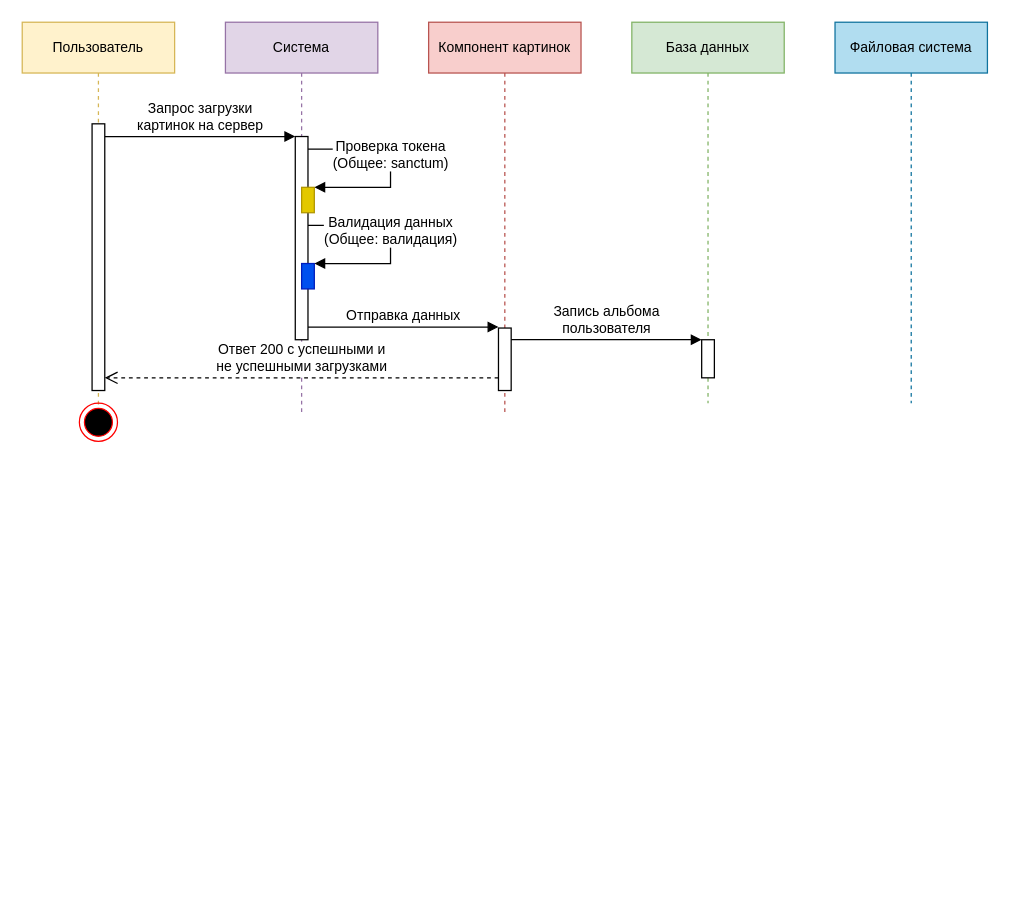
savayaqu/course-project-4 keeps this draw.io diagram as page "Pic: загрузка" (7 of 7) of docs/Последовательности.drawio. Above is the earlier version. Source tidied: cells renumbered, new cells numbered last; positions are measured from the earlier drawing's top-left corner, leaving out a move shared by most shapes. Both pictures are drawn from the tidied source at 127%, with x=0, y=0 at pixel (22, 22).
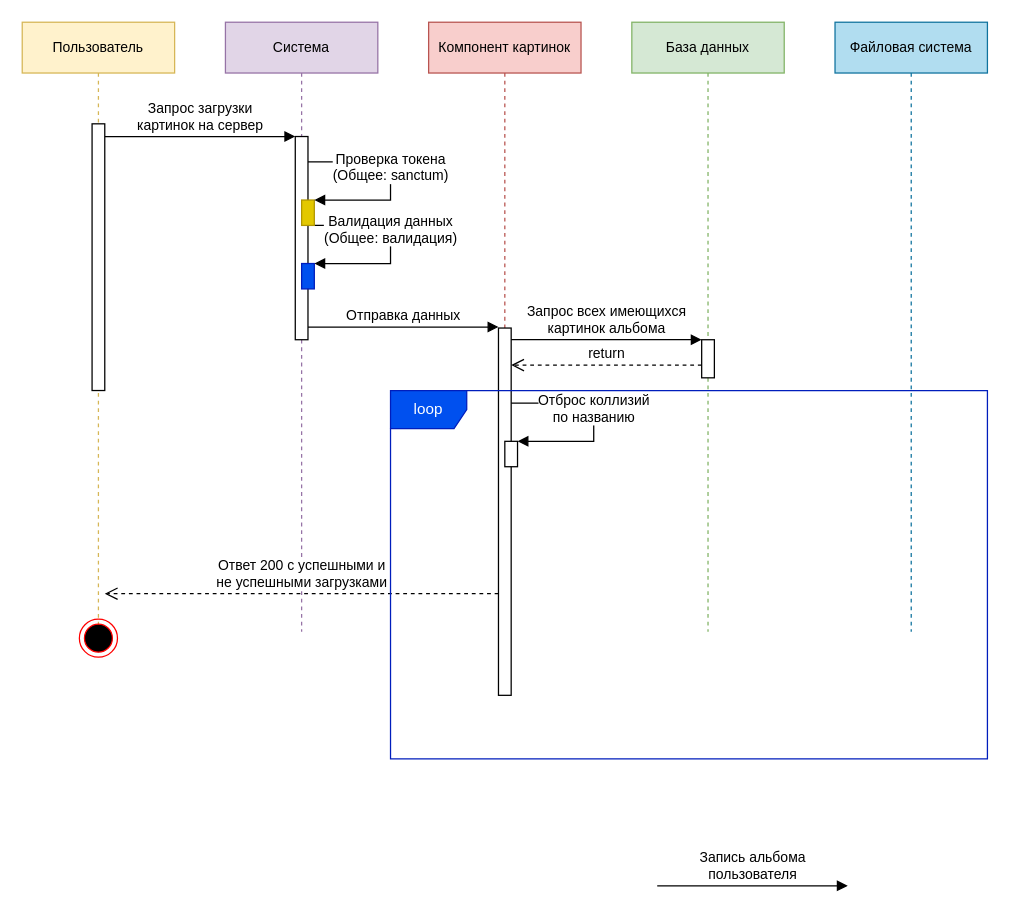
After the change.

The change refers to these unchanged cells:
```xml
<mxCell id="7" style="html=1;points=[];perimeter=orthogonalPerimeter;labelBackgroundColor=none;strokeColor=#000000;fontFamily=Helvetica;fontSize=11;fontColor=default;fillColor=default;" parent="6" vertex="1">
  <mxGeometry x="55" y="90" width="10" height="160" as="geometry" />
</mxCell>
<mxCell id="15" style="html=1;points=[];perimeter=orthogonalPerimeter;labelBackgroundColor=none;strokeColor=#000000;fontFamily=Helvetica;fontSize=11;fontColor=default;fillColor=default;" parent="1" vertex="1">
  <mxGeometry x="535" y="250" width="10" height="30" as="geometry" />
</mxCell>
```

The edit, as a diff of the source:
```diff
@@
     <mxCell id="2" value="Пользователь" style="shape=umlLifeline;perimeter=lifelinePerimeter;whiteSpace=wrap;html=1;labelBackgroundColor=none;strokeColor=#d6b656;fontFamily=Helvetica;fontSize=11;fillColor=#fff2cc;" parent="1" vertex="1">
-      <mxGeometry width="120" height="310" as="geometry" />
+      <mxGeometry width="120" height="480" as="geometry" />
     </mxCell>
     <mxCell id="3" value="Компонент картинок" style="shape=umlLifeline;perimeter=lifelinePerimeter;whiteSpace=wrap;html=1;labelBackgroundColor=none;strokeColor=#b85450;fontFamily=Helvetica;fontSize=11;fillColor=#f8cecc;" parent="1" vertex="1">
-      <mxGeometry x="320" width="120" height="310" as="geometry" />
+      <mxGeometry x="320" width="120" height="480" as="geometry" />
     </mxCell>
     <mxCell id="4" value="Валидация данных&lt;br&gt;(Общее: валидация)" style="html=1;verticalAlign=bottom;endArrow=block;rounded=0;labelBackgroundColor=default;strokeColor=default;fontFamily=Helvetica;fontSize=11;fontColor=default;shape=connector;curved=0;" parent="3" edge="1">
-      <mxGeometry x="0.1" relative="1" as="geometry">
+      <mxGeometry x="0.09" relative="1" as="geometry">
         <mxPoint x="-95" y="160" as="sourcePoint" />
         <mxPoint x="-90" y="190" as="targetPoint" />
         <Array as="points">
           <mxPoint x="-30" y="160" />
           <mxPoint x="-30" y="190" />
           <mxPoint x="-60" y="190" />
         </Array>
       </mxGeometry>
     </mxCell>
     <mxCell id="5" value="База данных" style="shape=umlLifeline;perimeter=lifelinePerimeter;whiteSpace=wrap;html=1;labelBackgroundColor=none;strokeColor=#82b366;fontFamily=Helvetica;fontSize=11;fillColor=#d5e8d4;" parent="1" vertex="1">
-      <mxGeometry x="480" width="120" height="300" as="geometry" />
+      <mxGeometry x="480" width="120" height="480" as="geometry" />
     </mxCell>
     <mxCell id="6" value="Система" style="shape=umlLifeline;perimeter=lifelinePerimeter;whiteSpace=wrap;html=1;labelBackgroundColor=none;strokeColor=#9673a6;fontFamily=Helvetica;fontSize=11;fillColor=#e1d5e7;" parent="1" vertex="1">
-      <mxGeometry x="160" width="120" height="310" as="geometry" />
+      <mxGeometry x="160" width="120" height="480" as="geometry" />
     </mxCell>
@@
+    <mxCell id="10" style="html=1;perimeter=orthogonalPerimeter;labelBackgroundColor=none;fontFamily=Helvetica;fontSize=11;fillColor=#0050ef;fontColor=#ffffff;strokeColor=#001DBC;" parent="6" vertex="1">
+      <mxGeometry x="60" y="190" width="10" height="20" as="geometry" />
+    </mxCell>
+    <mxCell id="20" style="html=1;points=[];perimeter=orthogonalPerimeter;labelBackgroundColor=none;strokeColor=#B09500;fontFamily=Helvetica;fontSize=11;fontColor=#000000;fillColor=#e3c800;" parent="6" vertex="1">
+      <mxGeometry x="60" y="140" width="10" height="20" as="geometry" />
+    </mxCell>
-    <mxCell id="8" value="Проверка токена&lt;br&gt;(Общее: sanctum)" style="html=1;verticalAlign=bottom;endArrow=block;rounded=0;labelBackgroundColor=default;strokeColor=default;fontFamily=Helvetica;fontSize=11;fontColor=default;shape=connector;curved=0;" parent="6" edge="1" source="7" target="9">
+    <mxCell id="8" value="Проверка токена&lt;br&gt;(Общее: sanctum)" style="html=1;verticalAlign=bottom;endArrow=block;rounded=0;labelBackgroundColor=default;strokeColor=default;fontFamily=Helvetica;fontSize=11;fontColor=default;shape=connector;curved=0;" parent="6" edge="1" target="20">
       <mxGeometry x="0.1" relative="1" as="geometry">
+        <mxPoint x="65" y="110" as="sourcePoint" />
         <Array as="points">
-          <mxPoint x="130" y="100" />
-          <mxPoint x="130" y="130" />
-          <mxPoint x="100" y="130" />
+          <mxPoint x="130" y="110" />
+          <mxPoint x="130" y="140" />
+          <mxPoint x="100" y="140" />
         </Array>
       </mxGeometry>
     </mxCell>
-    <mxCell id="9" style="html=1;points=[];perimeter=orthogonalPerimeter;labelBackgroundColor=none;strokeColor=#B09500;fontFamily=Helvetica;fontSize=11;fontColor=#000000;fillColor=#e3c800;" parent="6" vertex="1">
-      <mxGeometry x="60" y="130" width="10" height="20" as="geometry" />
-    </mxCell>
-    <mxCell id="10" style="html=1;perimeter=orthogonalPerimeter;labelBackgroundColor=none;fontFamily=Helvetica;fontSize=11;fillColor=#0050ef;fontColor=#ffffff;strokeColor=#001DBC;" parent="6" vertex="1">
-      <mxGeometry x="60" y="190" width="10" height="20" as="geometry" />
-    </mxCell>
@@
     <mxCell id="13" style="html=1;points=[];perimeter=orthogonalPerimeter;labelBackgroundColor=none;strokeColor=#000000;fontFamily=Helvetica;fontSize=11;fontColor=default;fillColor=default;" parent="1" vertex="1">
-      <mxGeometry x="375" y="240.8" width="10" height="49.2" as="geometry" />
+      <mxGeometry x="375" y="240.8" width="10" height="289.2" as="geometry" />
     </mxCell>
@@
-    <mxCell id="16" value="Запись альбома &lt;br&gt;пользователя" style="html=1;verticalAlign=bottom;endArrow=block;rounded=0;labelBackgroundColor=default;strokeColor=default;fontFamily=Helvetica;fontSize=11;fontColor=default;shape=connector;curved=0;" parent="1" edge="1">
+    <mxCell id="16" value="Запрос всех имеющихся&lt;br&gt;картинок альбома" style="html=1;verticalAlign=bottom;endArrow=block;rounded=0;labelBackgroundColor=default;strokeColor=default;fontFamily=Helvetica;fontSize=11;fontColor=default;shape=connector;curved=0;" parent="1" edge="1">
       <mxGeometry relative="1" as="geometry">
         <mxPoint x="385" y="250" as="sourcePoint" />
         <mxPoint x="535" y="250" as="targetPoint" />
       </mxGeometry>
     </mxCell>
     <mxCell id="17" value="Ответ 200 с&amp;nbsp;успешными и &lt;br&gt;не успешными загрузками" style="html=1;verticalAlign=bottom;endArrow=open;dashed=1;endSize=8;rounded=0;labelBackgroundColor=default;strokeColor=default;fontFamily=Helvetica;fontSize=11;fontColor=default;shape=connector;curved=0;" parent="1" edge="1">
       <mxGeometry relative="1" as="geometry">
-        <mxPoint x="375" y="280" as="sourcePoint" />
-        <mxPoint x="65" y="280" as="targetPoint" />
+        <mxPoint x="375" y="450" as="sourcePoint" />
+        <mxPoint x="65" y="450" as="targetPoint" />
         <Array as="points">
-          <mxPoint x="260" y="280" />
+          <mxPoint x="260" y="450" />
         </Array>
       </mxGeometry>
     </mxCell>
     <mxCell id="18" style="ellipse;html=1;shape=endState;fillColor=#000000;strokeColor=#ff0000;labelBackgroundColor=none;fontFamily=Helvetica;fontSize=11;fontColor=default;" parent="1" vertex="1">
-      <mxGeometry x="45" y="300" width="30" height="30" as="geometry" />
+      <mxGeometry x="45" y="470" width="30" height="30" as="geometry" />
     </mxCell>
     <mxCell id="19" value="Файловая система" style="shape=umlLifeline;perimeter=lifelinePerimeter;whiteSpace=wrap;html=1;labelBackgroundColor=none;strokeColor=#10739e;fontFamily=Helvetica;fontSize=11;fillColor=#b1ddf0;" parent="1" vertex="1">
-      <mxGeometry x="640" width="120" height="300" as="geometry" />
+      <mxGeometry x="640" width="120" height="480" as="geometry" />
     </mxCell>
+    <mxCell id="21" value="Запись альбома &lt;br&gt;пользователя" style="html=1;verticalAlign=bottom;endArrow=block;rounded=0;labelBackgroundColor=default;strokeColor=default;fontFamily=Helvetica;fontSize=11;fontColor=default;shape=connector;curved=0;" parent="1" edge="1">
+      <mxGeometry relative="1" as="geometry">
+        <mxPoint x="500" y="680" as="sourcePoint" />
+        <mxPoint x="650" y="680" as="targetPoint" />
+      </mxGeometry>
+    </mxCell>
+    <mxCell id="22" value="return" style="html=1;verticalAlign=bottom;endArrow=open;dashed=1;endSize=8;rounded=0;labelBackgroundColor=default;strokeColor=default;fontFamily=Helvetica;fontSize=11;fontColor=default;shape=connector;" parent="1" edge="1" source="15" target="13">
+      <mxGeometry relative="1" as="geometry">
+        <Array as="points">
+          <mxPoint x="420" y="270" />
+        </Array>
+      </mxGeometry>
+    </mxCell>
+    <mxCell id="23" value="loop" style="shape=umlFrame;whiteSpace=wrap;html=1;fillColor=#0050ef;strokeColor=#001DBC;fontColor=#ffffff;" parent="1" vertex="1">
+      <mxGeometry x="290" y="290" width="470" height="290" as="geometry" />
+    </mxCell>
+    <mxCell id="24" style="html=1;points=[];perimeter=orthogonalPerimeter;labelBackgroundColor=none;fontFamily=Helvetica;fontSize=11;" parent="1" vertex="1">
+      <mxGeometry x="380" y="330" width="10" height="20" as="geometry" />
+    </mxCell>
+    <mxCell id="25" value="Отброс коллизий&lt;br&gt;по названию" style="html=1;verticalAlign=bottom;endArrow=block;rounded=0;labelBackgroundColor=default;strokeColor=default;fontFamily=Helvetica;fontSize=11;fontColor=default;shape=connector;curved=0;" parent="1" edge="1" target="24">
+      <mxGeometry x="0.1" relative="1" as="geometry">
+        <mxPoint x="385" y="300" as="sourcePoint" />
+        <Array as="points">
+          <mxPoint x="450" y="300" />
+          <mxPoint x="450" y="330" />
+          <mxPoint x="420" y="330" />
+        </Array>
+      </mxGeometry>
+    </mxCell>
```
